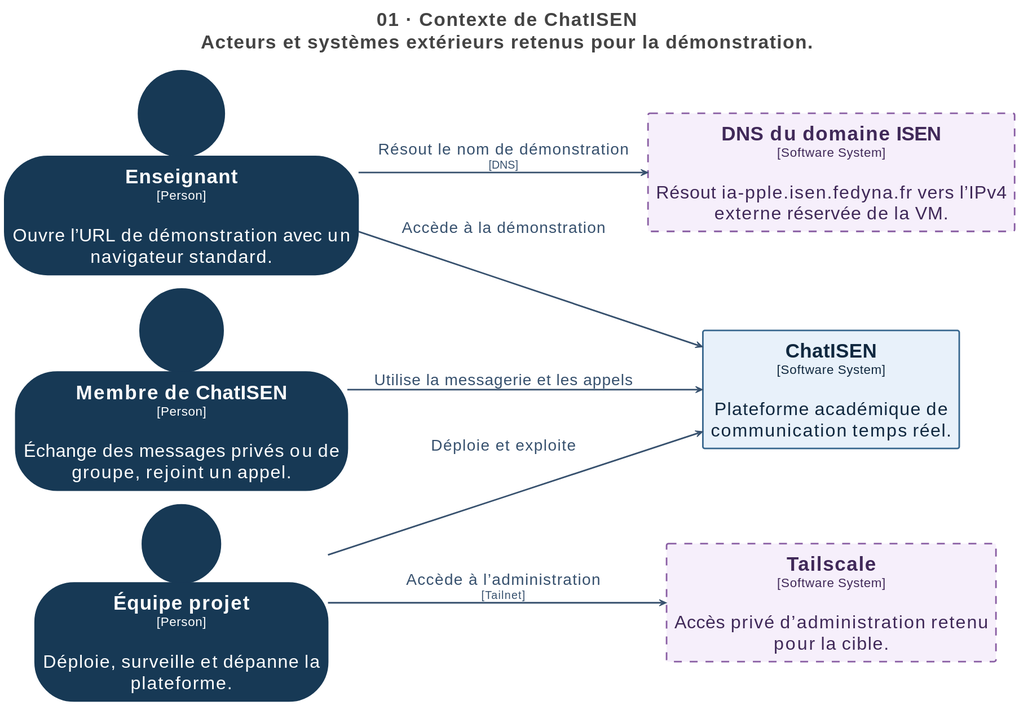
This is docs/architecture/svg/01-contexte.svg from Zayonx-0/ChatISEN, a PlantUML export, as it was before one commit. Source of this version:
```plantuml
@startuml
!pragma layout smetana
skinparam backgroundColor white
title <size:24>01 · Contexte de ChatISEN</size>\n<size:24>Acteurs et systèmes extérieurs retenus pour la démonstration.</size>

set separator none
left to right direction
skinparam ranksep 60
skinparam nodesep 30
hide stereotype

<style>
  root {
    BackgroundColor: #ffffff;
    FontColor: #444444;
  }
  // Element
  .Element-RWxlbWVudA== {
    BackgroundColor: #e8f1fa;
    LineColor: #38678e;
    LineStyle: 0;
    LineThickness: 2;
    FontColor: #10283f;
    FontSize: 23;
    HorizontalAlignment: center;
    Shadowing: 0;
    MaximumWidth: 450;
  }
  // Element,Cible
  .Element-RWxlbWVudCxDaWJsZQ== {
    BackgroundColor: #f6effb;
    LineColor: #895ea3;
    LineStyle: 10-10;
    LineThickness: 2;
    FontColor: #402959;
    FontSize: 23;
    HorizontalAlignment: center;
    Shadowing: 0;
    MaximumWidth: 450;
  }
  // Element,Person
  .Element-RWxlbWVudCxQZXJzb24= {
    BackgroundColor: #173955;
    LineColor: #173955;
    LineStyle: 0;
    LineThickness: 2;
    FontColor: #ffffff;
    FontSize: 23;
    HorizontalAlignment: center;
    Shadowing: 0;
    MaximumWidth: 450;
  }
  // Relationship
  .Relationship-UmVsYXRpb25zaGlw {
    LineThickness: 2;
    LineStyle: 0;
    LineColor: #37516e;
    FontColor: #37516e;
    FontSize: 20;
  }
</style>

person "==Membre de ChatISEN\n<size:16>[Person]</size>\n\nÉchange des messages privés ou de groupe, rejoint un appel." <<Element-RWxlbWVudCxQZXJzb24=>> as MembredeChatISEN
person "==Enseignant\n<size:16>[Person]</size>\n\nOuvre l’URL de démonstration avec un navigateur standard." <<Element-RWxlbWVudCxQZXJzb24=>> as Enseignant
person "==Équipe projet\n<size:16>[Person]</size>\n\nDéploie, surveille et dépanne la plateforme." <<Element-RWxlbWVudCxQZXJzb24=>> as Équipeprojet
rectangle "==DNS du domaine ISEN\n<size:16>[Software System]</size>\n\nRésout ia-pple.isen.fedyna.fr vers l’IPv4 externe réservée de la VM." <<Element-RWxlbWVudCxDaWJsZQ==>> as DNSdudomaineISEN
rectangle "==Tailscale\n<size:16>[Software System]</size>\n\nAccès privé d’administration retenu pour la cible." <<Element-RWxlbWVudCxDaWJsZQ==>> as Tailscale
rectangle "==ChatISEN\n<size:16>[Software System]</size>\n\nPlateforme académique de communication temps réel." <<Element-RWxlbWVudA==>> as ChatISEN

MembredeChatISEN --> ChatISEN <<Relationship-UmVsYXRpb25zaGlw>> : "Utilise la messagerie et les appels"
Enseignant --> ChatISEN <<Relationship-UmVsYXRpb25zaGlw>> : "Accède à la démonstration"
Équipeprojet --> ChatISEN <<Relationship-UmVsYXRpb25zaGlw>> : "Déploie et exploite"
Enseignant --> DNSdudomaineISEN <<Relationship-UmVsYXRpb25zaGlw>> : "Résout le nom de démonstration\n<size:14>[DNS]</size>"
Équipeprojet --> Tailscale <<Relationship-UmVsYXRpb25zaGlw>> : "Accède à l’administration\n<size:14>[Tailnet]</size>"
@enduml
```
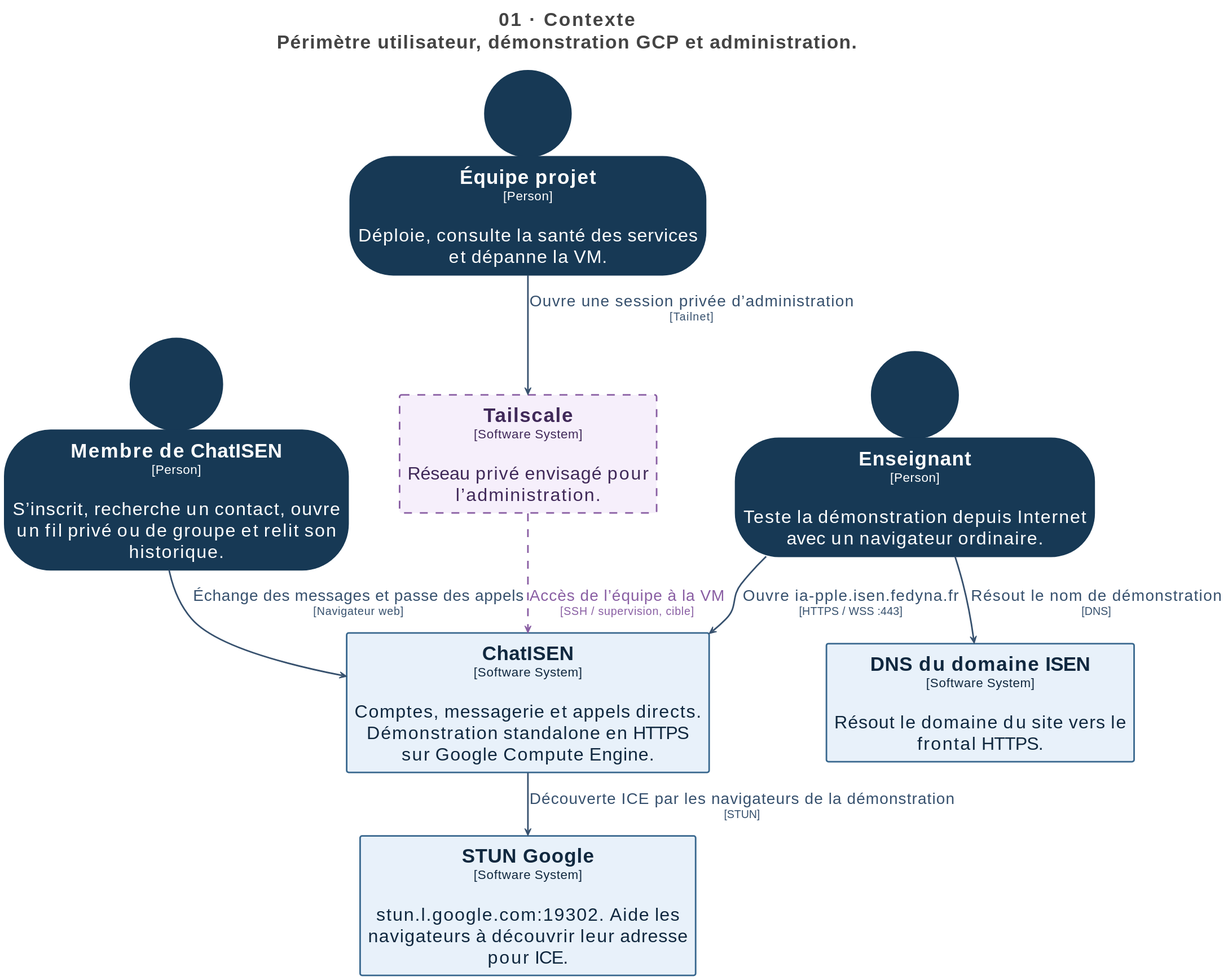
The same diagram one commit later.

What changed in the source:
```diff
@@ -1,10 +1,10 @@
 @startuml
 !pragma layout smetana
 skinparam backgroundColor white
-title <size:24>01 · Contexte de ChatISEN</size>\n<size:24>Acteurs et systèmes extérieurs retenus pour la démonstration.</size>
+title <size:24>01 · Contexte</size>\n<size:24>Périmètre utilisateur, démonstration GCP et administration.</size>
 
 set separator none
-left to right direction
+top to bottom direction
 skinparam ranksep 60
 skinparam nodesep 30
 hide stereotype
@@ -58,18 +58,28 @@
     FontColor: #37516e;
     FontSize: 20;
   }
+  // Relationship,Cible
+  .Relationship-UmVsYXRpb25zaGlwLENpYmxl {
+    LineThickness: 2;
+    LineStyle: 10-10;
+    LineColor: #895ea3;
+    FontColor: #895ea3;
+    FontSize: 20;
+  }
 </style>
 
-person "==Membre de ChatISEN\n<size:16>[Person]</size>\n\nÉchange des messages privés ou de groupe, rejoint un appel." <<Element-RWxlbWVudCxQZXJzb24=>> as MembredeChatISEN
-person "==Enseignant\n<size:16>[Person]</size>\n\nOuvre l’URL de démonstration avec un navigateur standard." <<Element-RWxlbWVudCxQZXJzb24=>> as Enseignant
-person "==Équipe projet\n<size:16>[Person]</size>\n\nDéploie, surveille et dépanne la plateforme." <<Element-RWxlbWVudCxQZXJzb24=>> as Équipeprojet
-rectangle "==DNS du domaine ISEN\n<size:16>[Software System]</size>\n\nRésout ia-pple.isen.fedyna.fr vers l’IPv4 externe réservée de la VM." <<Element-RWxlbWVudCxDaWJsZQ==>> as DNSdudomaineISEN
-rectangle "==Tailscale\n<size:16>[Software System]</size>\n\nAccès privé d’administration retenu pour la cible." <<Element-RWxlbWVudCxDaWJsZQ==>> as Tailscale
-rectangle "==ChatISEN\n<size:16>[Software System]</size>\n\nPlateforme académique de communication temps réel." <<Element-RWxlbWVudA==>> as ChatISEN
+person "==Membre de ChatISEN\n<size:16>[Person]</size>\n\nS’inscrit, recherche un contact, ouvre un fil privé ou de groupe et relit son historique." <<Element-RWxlbWVudCxQZXJzb24=>> as MembredeChatISEN
+person "==Enseignant\n<size:16>[Person]</size>\n\nTeste la démonstration depuis Internet avec un navigateur ordinaire." <<Element-RWxlbWVudCxQZXJzb24=>> as Enseignant
+person "==Équipe projet\n<size:16>[Person]</size>\n\nDéploie, consulte la santé des services et dépanne la VM." <<Element-RWxlbWVudCxQZXJzb24=>> as Équipeprojet
+rectangle "==DNS du domaine ISEN\n<size:16>[Software System]</size>\n\nRésout le domaine du site vers le frontal HTTPS." <<Element-RWxlbWVudA==>> as DNSdudomaineISEN
+rectangle "==STUN Google\n<size:16>[Software System]</size>\n\nstun.l.google.com:19302. Aide les navigateurs à découvrir leur adresse pour ICE." <<Element-RWxlbWVudA==>> as STUNGoogle
+rectangle "==Tailscale\n<size:16>[Software System]</size>\n\nRéseau privé envisagé pour l’administration." <<Element-RWxlbWVudCxDaWJsZQ==>> as Tailscale
+rectangle "==ChatISEN\n<size:16>[Software System]</size>\n\nComptes, messagerie et appels directs. Démonstration standalone en HTTPS sur Google Compute Engine." <<Element-RWxlbWVudA==>> as ChatISEN
 
-MembredeChatISEN --> ChatISEN <<Relationship-UmVsYXRpb25zaGlw>> : "Utilise la messagerie et les appels"
-Enseignant --> ChatISEN <<Relationship-UmVsYXRpb25zaGlw>> : "Accède à la démonstration"
-Équipeprojet --> ChatISEN <<Relationship-UmVsYXRpb25zaGlw>> : "Déploie et exploite"
+MembredeChatISEN --> ChatISEN <<Relationship-UmVsYXRpb25zaGlw>> : "Échange des messages et passe des appels\n<size:14>[Navigateur web]</size>"
+Enseignant --> ChatISEN <<Relationship-UmVsYXRpb25zaGlw>> : "Ouvre ia-pple.isen.fedyna.fr\n<size:14>[HTTPS / WSS :443]</size>"
 Enseignant --> DNSdudomaineISEN <<Relationship-UmVsYXRpb25zaGlw>> : "Résout le nom de démonstration\n<size:14>[DNS]</size>"
-Équipeprojet --> Tailscale <<Relationship-UmVsYXRpb25zaGlw>> : "Accède à l’administration\n<size:14>[Tailnet]</size>"
+ChatISEN --> STUNGoogle <<Relationship-UmVsYXRpb25zaGlw>> : "Découverte ICE par les navigateurs de la démonstration\n<size:14>[STUN]</size>"
+Équipeprojet --> Tailscale <<Relationship-UmVsYXRpb25zaGlw>> : "Ouvre une session privée d’administration\n<size:14>[Tailnet]</size>"
+Tailscale --> ChatISEN <<Relationship-UmVsYXRpb25zaGlwLENpYmxl>> : "Accès de l’équipe à la VM\n<size:14>[SSH / supervision, cible]</size>"
 @enduml
```
